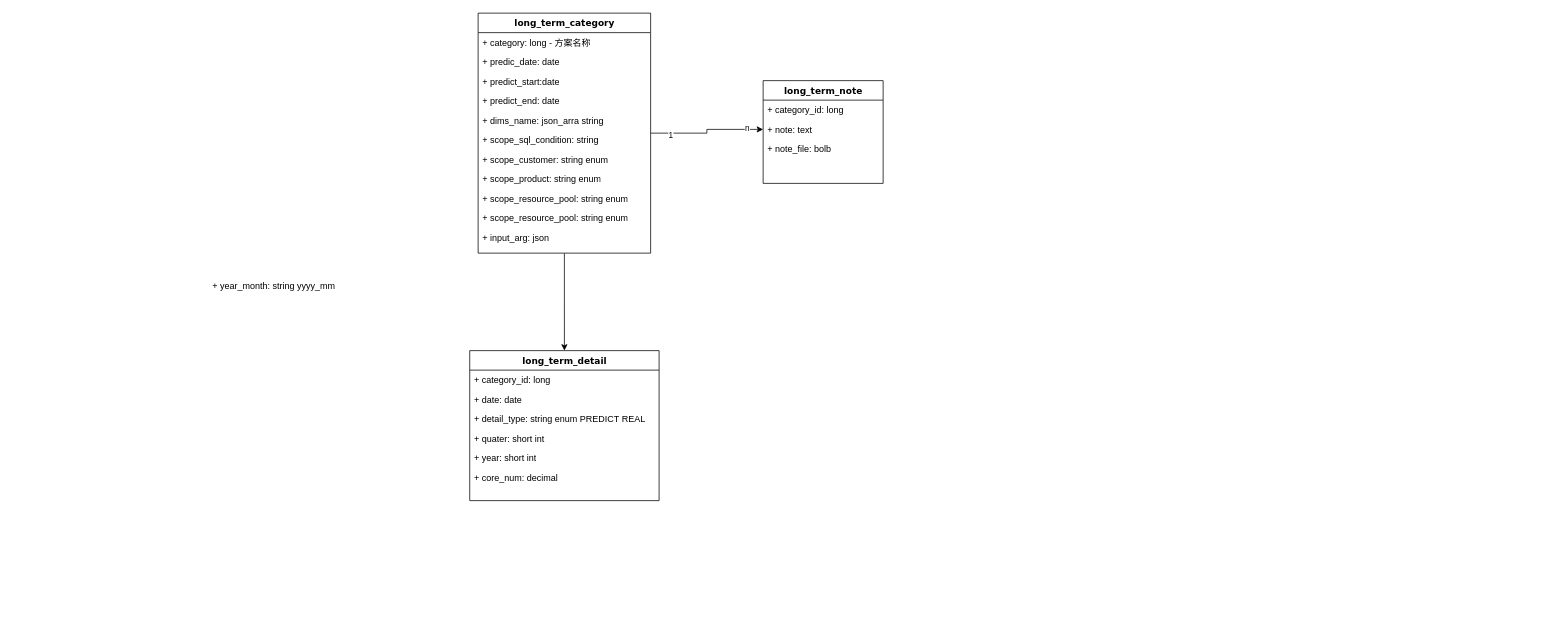
The draw.io diagram 中长期.drawio in Fierygit/drawio, before the edit. Source tidied: cells renumbered, new cells numbered last; positions are measured from the earlier drawing's top-left corner, leaving out a move shared by most shapes. Both pictures are drawn from the tidied source at 75%, with x=0, y=0 at pixel (208, 13).
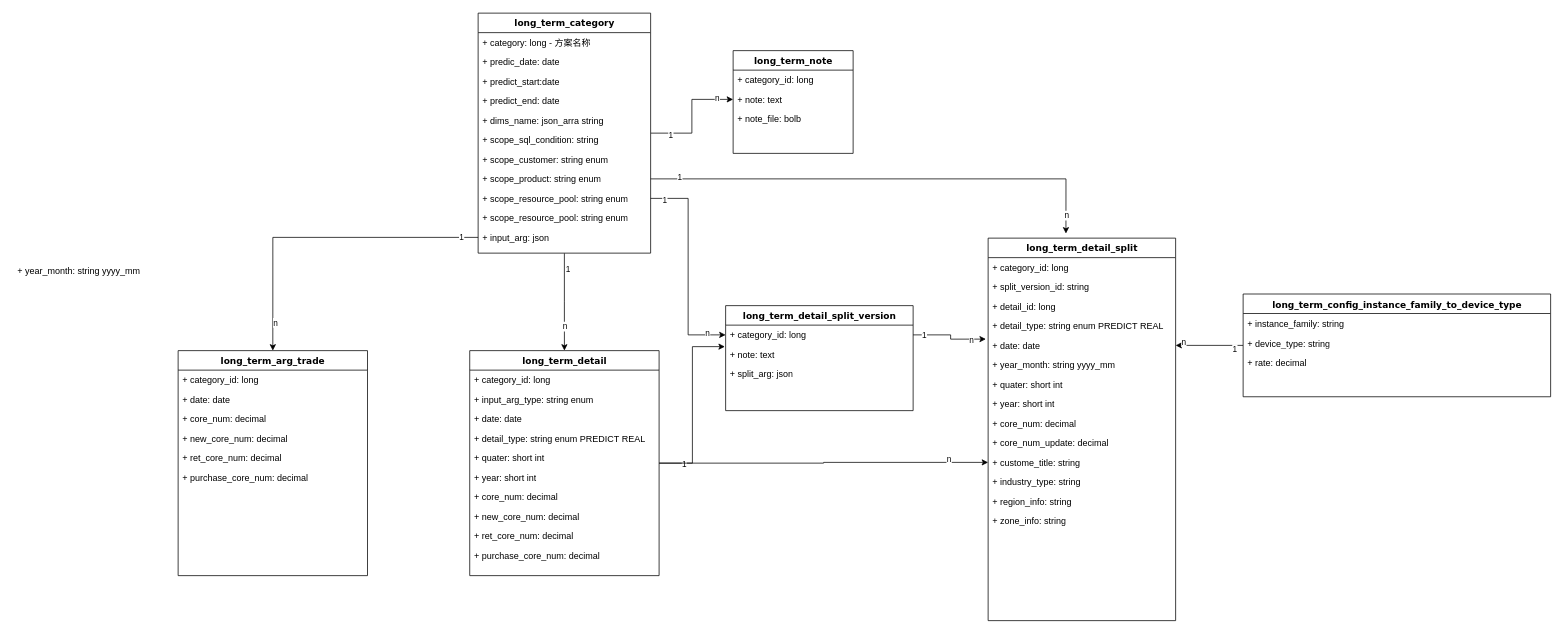
The same diagram, later.

Commit message (it also covers changes not shown here):
更新中长期.drawio

The change refers to these unchanged cells:
```xml
<mxCell id="2" style="edgeStyle=orthogonalEdgeStyle;rounded=0;jettySize=auto;html=1;entryX=0.5;entryY=0;entryDx=0;entryDy=0;" parent="1" edge="1" source="6" target="22">
  <mxGeometry relative="1" as="geometry" />
</mxCell>
<mxCell id="14" value="+ scope_product: string enum" style="text;html=1;strokeColor=none;fillColor=none;align=left;verticalAlign=top;spacingLeft=4;spacingRight=4;whiteSpace=wrap;overflow=hidden;points=[[0,0.5],[1,0.5]];portConstraint=eastwest;" parent="6" vertex="1">
  <mxGeometry y="208" width="230" height="26" as="geometry" />
</mxCell>
<mxCell id="15" value="+ scope_resource_pool: string enum" style="text;html=1;strokeColor=none;fillColor=none;align=left;verticalAlign=top;spacingLeft=4;spacingRight=4;whiteSpace=wrap;overflow=hidden;points=[[0,0.5],[1,0.5]];portConstraint=eastwest;" parent="6" vertex="1">
  <mxGeometry y="234" width="230" height="26" as="geometry" />
</mxCell>
<mxCell id="17" value="+ input_arg: json" style="text;html=1;strokeColor=none;fillColor=none;align=left;verticalAlign=top;spacingLeft=4;spacingRight=4;whiteSpace=wrap;overflow=hidden;points=[[0,0.5],[1,0.5]];portConstraint=eastwest;" parent="6" vertex="1">
  <mxGeometry y="286" width="230" height="26" as="geometry" />
</mxCell>
```

Change to the diagram source:
```diff
@@
+    <mxCell id="30" value="1" style="edgeLabel;html=1;align=center;verticalAlign=middle;" parent="2" vertex="1">
+      <mxGeometry x="-0.68" y="4" relative="1" as="geometry" />
+    </mxCell>
+    <mxCell id="31" value="n" style="edgeLabel;html=1;align=center;verticalAlign=middle;" parent="2" vertex="1">
+      <mxGeometry x="0.5" relative="1" as="geometry" />
+    </mxCell>
@@
     <mxCell id="18" value="long_term_note" style="swimlane;html=1;fontStyle=1;align=center;verticalAlign=top;horizontal=1;startSize=26;swimlaneFillColor=#ffffff;rounded=0;shadow=0;comic=0;labelBackgroundColor=none;strokeWidth=1;fillColor=none;fontFamily=Verdana;fontSize=12;" parent="1" vertex="1">
-      <mxGeometry x="740" y="90" width="160" height="137" as="geometry" />
+      <mxGeometry x="700" y="50" width="160" height="137" as="geometry" />
     </mxCell>
@@
+    <mxCell id="32" style="edgeStyle=orthogonalEdgeStyle;rounded=0;jettySize=auto;html=1;entryX=0;entryY=0.5;entryDx=0;entryDy=0;" parent="1" edge="1" source="22" target="50">
+      <mxGeometry relative="1" as="geometry" />
+    </mxCell>
+    <mxCell id="33" value="1" style="edgeLabel;html=1;align=center;verticalAlign=middle;" parent="32" vertex="1">
+      <mxGeometry x="-0.85" relative="1" as="geometry" />
+    </mxCell>
+    <mxCell id="34" value="n" style="edgeLabel;html=1;align=center;verticalAlign=middle;" parent="32" vertex="1">
+      <mxGeometry x="0.76" y="5" relative="1" as="geometry" />
+    </mxCell>
     <mxCell id="22" value="long_term_detail" style="swimlane;html=1;fontStyle=1;align=center;verticalAlign=top;horizontal=1;startSize=26;swimlaneFillColor=#ffffff;rounded=0;shadow=0;comic=0;labelBackgroundColor=none;strokeWidth=1;fillColor=none;fontFamily=Verdana;fontSize=12;" parent="1" vertex="1">
-      <mxGeometry x="348.8" y="450" width="252.5" height="200" as="geometry" />
+      <mxGeometry x="348.8" y="450" width="252.5" height="300" as="geometry" />
     </mxCell>
@@
+    <mxCell id="35" value="+ input_arg_type: string enum&amp;nbsp;&amp;nbsp;" style="text;html=1;strokeColor=none;fillColor=none;align=left;verticalAlign=top;spacingLeft=4;spacingRight=4;whiteSpace=wrap;overflow=hidden;" parent="22" vertex="1">
+      <mxGeometry y="52" width="252.5" height="26" as="geometry" />
+    </mxCell>
     <mxCell id="24" value="+ date: date" style="text;html=1;strokeColor=none;fillColor=none;align=left;verticalAlign=top;spacingLeft=4;spacingRight=4;whiteSpace=wrap;overflow=hidden;" parent="22" vertex="1">
-      <mxGeometry y="52" width="252.5" height="26" as="geometry" />
+      <mxGeometry y="78" width="252.5" height="26" as="geometry" />
     </mxCell>
     <mxCell id="25" value="+ detail_type: string enum PREDICT REAL" style="text;html=1;strokeColor=none;fillColor=none;align=left;verticalAlign=top;spacingLeft=4;spacingRight=4;whiteSpace=wrap;overflow=hidden;" parent="22" vertex="1">
-      <mxGeometry y="78" width="252.5" height="26" as="geometry" />
+      <mxGeometry y="104" width="252.5" height="26" as="geometry" />
     </mxCell>
     <mxCell id="26" value="+ quater: short int&amp;nbsp;" style="text;html=1;strokeColor=none;fillColor=none;align=left;verticalAlign=top;spacingLeft=4;spacingRight=4;whiteSpace=wrap;overflow=hidden;" parent="22" vertex="1">
-      <mxGeometry y="104" width="252.5" height="26" as="geometry" />
+      <mxGeometry y="130" width="252.5" height="26" as="geometry" />
     </mxCell>
     <mxCell id="27" value="+ year: short int" style="text;html=1;strokeColor=none;fillColor=none;align=left;verticalAlign=top;spacingLeft=4;spacingRight=4;whiteSpace=wrap;overflow=hidden;" parent="22" vertex="1">
-      <mxGeometry y="130" width="252.5" height="26" as="geometry" />
+      <mxGeometry y="156" width="252.5" height="26" as="geometry" />
     </mxCell>
     <mxCell id="28" value="+ core_num: decimal" style="text;html=1;strokeColor=none;fillColor=none;align=left;verticalAlign=top;spacingLeft=4;spacingRight=4;whiteSpace=wrap;overflow=hidden;" parent="22" vertex="1">
-      <mxGeometry y="156" width="252.5" height="26" as="geometry" />
+      <mxGeometry y="182" width="252.5" height="26" as="geometry" />
     </mxCell>
+    <mxCell id="36" value="+ new_core_num: decimal" style="text;html=1;strokeColor=none;fillColor=none;align=left;verticalAlign=top;spacingLeft=4;spacingRight=4;whiteSpace=wrap;overflow=hidden;" parent="22" vertex="1">
+      <mxGeometry y="208" width="252.5" height="26" as="geometry" />
+    </mxCell>
+    <mxCell id="37" value="+ ret_core_num: decimal" style="text;html=1;strokeColor=none;fillColor=none;align=left;verticalAlign=top;spacingLeft=4;spacingRight=4;whiteSpace=wrap;overflow=hidden;" parent="22" vertex="1">
+      <mxGeometry y="234" width="252.5" height="26" as="geometry" />
+    </mxCell>
+    <mxCell id="38" value="+ purchase_core_num: decimal" style="text;html=1;strokeColor=none;fillColor=none;align=left;verticalAlign=top;spacingLeft=4;spacingRight=4;whiteSpace=wrap;overflow=hidden;" parent="22" vertex="1">
+      <mxGeometry y="260" width="252.5" height="26" as="geometry" />
+    </mxCell>
     <mxCell id="29" value="+ year_month: string yyyy_mm" style="text;html=1;strokeColor=none;fillColor=none;align=left;verticalAlign=top;spacingLeft=4;spacingRight=4;whiteSpace=wrap;overflow=hidden;" parent="1" vertex="1">
-      <mxGeometry y="350" width="260" height="26" as="geometry" />
+      <mxGeometry x="-260" y="330" width="260" height="26" as="geometry" />
     </mxCell>
+    <mxCell id="39" value="long_term_detail_split" style="swimlane;html=1;fontStyle=1;align=center;verticalAlign=top;horizontal=1;startSize=26;swimlaneFillColor=#ffffff;rounded=0;shadow=0;comic=0;labelBackgroundColor=none;strokeWidth=1;fillColor=none;fontFamily=Verdana;fontSize=12;" parent="1" vertex="1">
+      <mxGeometry x="1040" y="300" width="250" height="510" as="geometry" />
+    </mxCell>
+    <mxCell id="40" value="+ category_id: long" style="text;html=1;strokeColor=none;fillColor=none;align=left;verticalAlign=top;spacingLeft=4;spacingRight=4;whiteSpace=wrap;overflow=hidden;" parent="39" vertex="1">
+      <mxGeometry y="26" width="250" height="26" as="geometry" />
+    </mxCell>
+    <mxCell id="41" value="+ split_version_id: string" style="text;html=1;strokeColor=none;fillColor=none;align=left;verticalAlign=top;spacingLeft=4;spacingRight=4;whiteSpace=wrap;overflow=hidden;" parent="39" vertex="1">
+      <mxGeometry y="52" width="250" height="26" as="geometry" />
+    </mxCell>
+    <mxCell id="42" value="+ detail_id: long" style="text;html=1;strokeColor=none;fillColor=none;align=left;verticalAlign=top;spacingLeft=4;spacingRight=4;whiteSpace=wrap;overflow=hidden;" parent="39" vertex="1">
+      <mxGeometry y="78" width="250" height="26" as="geometry" />
+    </mxCell>
+    <mxCell id="43" value="+ detail_type: string enum PREDICT REAL" style="text;html=1;strokeColor=none;fillColor=none;align=left;verticalAlign=top;spacingLeft=4;spacingRight=4;whiteSpace=wrap;overflow=hidden;" parent="39" vertex="1">
+      <mxGeometry y="104" width="250" height="26" as="geometry" />
+    </mxCell>
+    <mxCell id="44" value="+ date: date" style="text;html=1;strokeColor=none;fillColor=none;align=left;verticalAlign=top;spacingLeft=4;spacingRight=4;whiteSpace=wrap;overflow=hidden;points=[[0,0.5],[1,0.5]];portConstraint=eastwest;" parent="39" vertex="1">
+      <mxGeometry y="130" width="250" height="26" as="geometry" />
+    </mxCell>
+    <mxCell id="45" value="+ year_month: string yyyy_mm" style="text;html=1;strokeColor=none;fillColor=none;align=left;verticalAlign=top;spacingLeft=4;spacingRight=4;whiteSpace=wrap;overflow=hidden;" parent="39" vertex="1">
+      <mxGeometry y="156" width="250" height="26" as="geometry" />
+    </mxCell>
+    <mxCell id="46" value="+ quater: short int&amp;nbsp;" style="text;html=1;strokeColor=none;fillColor=none;align=left;verticalAlign=top;spacingLeft=4;spacingRight=4;whiteSpace=wrap;overflow=hidden;" parent="39" vertex="1">
+      <mxGeometry y="182" width="250" height="26" as="geometry" />
+    </mxCell>
+    <mxCell id="47" value="+ year: short int" style="text;html=1;strokeColor=none;fillColor=none;align=left;verticalAlign=top;spacingLeft=4;spacingRight=4;whiteSpace=wrap;overflow=hidden;" parent="39" vertex="1">
+      <mxGeometry y="208" width="250" height="26" as="geometry" />
+    </mxCell>
+    <mxCell id="48" value="+ core_num: decimal" style="text;html=1;strokeColor=none;fillColor=none;align=left;verticalAlign=top;spacingLeft=4;spacingRight=4;whiteSpace=wrap;overflow=hidden;" parent="39" vertex="1">
+      <mxGeometry y="234" width="250" height="26" as="geometry" />
+    </mxCell>
+    <mxCell id="49" value="+ core_num_update: decimal" style="text;html=1;strokeColor=none;fillColor=none;align=left;verticalAlign=top;spacingLeft=4;spacingRight=4;whiteSpace=wrap;overflow=hidden;" parent="39" vertex="1">
+      <mxGeometry y="260" width="250" height="26" as="geometry" />
+    </mxCell>
+    <mxCell id="50" value="+ custome_title: string" style="text;html=1;strokeColor=none;fillColor=none;align=left;verticalAlign=top;spacingLeft=4;spacingRight=4;whiteSpace=wrap;overflow=hidden;points=[[0,0.5],[1,0.5]];portConstraint=eastwest;" parent="39" vertex="1">
+      <mxGeometry y="286" width="250" height="26" as="geometry" />
+    </mxCell>
+    <mxCell id="51" value="+ industry_type: string" style="text;html=1;strokeColor=none;fillColor=none;align=left;verticalAlign=top;spacingLeft=4;spacingRight=4;whiteSpace=wrap;overflow=hidden;" parent="39" vertex="1">
+      <mxGeometry y="312" width="250" height="26" as="geometry" />
+    </mxCell>
+    <mxCell id="52" value="+ region_info: string" style="text;html=1;strokeColor=none;fillColor=none;align=left;verticalAlign=top;spacingLeft=4;spacingRight=4;whiteSpace=wrap;overflow=hidden;" parent="39" vertex="1">
+      <mxGeometry y="338" width="250" height="26" as="geometry" />
+    </mxCell>
+    <mxCell id="53" value="+ zone_info: string" style="text;html=1;strokeColor=none;fillColor=none;align=left;verticalAlign=top;spacingLeft=4;spacingRight=4;whiteSpace=wrap;overflow=hidden;" parent="39" vertex="1">
+      <mxGeometry y="364" width="250" height="26" as="geometry" />
+    </mxCell>
+    <mxCell id="54" value="long_term_detail_split_version" style="swimlane;html=1;fontStyle=1;align=center;verticalAlign=top;horizontal=1;startSize=26;swimlaneFillColor=#ffffff;rounded=0;shadow=0;comic=0;labelBackgroundColor=none;strokeWidth=1;fillColor=none;fontFamily=Verdana;fontSize=12;" parent="1" vertex="1">
+      <mxGeometry x="690" y="390" width="250" height="140" as="geometry" />
+    </mxCell>
+    <mxCell id="55" value="+ category_id: long" style="text;html=1;strokeColor=none;fillColor=none;align=left;verticalAlign=top;spacingLeft=4;spacingRight=4;whiteSpace=wrap;overflow=hidden;points=[[0,0.5],[1,0.5]];portConstraint=eastwest;" parent="54" vertex="1">
+      <mxGeometry y="26" width="250" height="26" as="geometry" />
+    </mxCell>
+    <mxCell id="56" value="+ note: text" style="text;html=1;strokeColor=none;fillColor=none;align=left;verticalAlign=top;spacingLeft=4;spacingRight=4;whiteSpace=wrap;overflow=hidden;points=[[0,0.5],[1,0.5]];portConstraint=eastwest;" parent="54" vertex="1">
+      <mxGeometry y="52" width="250" height="26" as="geometry" />
+    </mxCell>
+    <mxCell id="57" value="+ split_arg: json" style="text;html=1;strokeColor=none;fillColor=none;align=left;verticalAlign=top;spacingLeft=4;spacingRight=4;whiteSpace=wrap;overflow=hidden;" parent="54" vertex="1">
+      <mxGeometry y="78" width="250" height="26" as="geometry" />
+    </mxCell>
+    <mxCell id="58" style="edgeStyle=orthogonalEdgeStyle;rounded=0;jettySize=auto;html=1;entryX=-0.004;entryY=0.103;entryDx=0;entryDy=0;entryPerimeter=0;" parent="1" edge="1" source="22" target="56">
+      <mxGeometry relative="1" as="geometry" />
+    </mxCell>
+    <mxCell id="59" style="edgeStyle=orthogonalEdgeStyle;rounded=0;jettySize=auto;html=1;entryX=-0.012;entryY=0.179;entryDx=0;entryDy=0;entryPerimeter=0;" parent="1" edge="1" source="55" target="44">
+      <mxGeometry relative="1" as="geometry" />
+    </mxCell>
+    <mxCell id="60" value="1" style="edgeLabel;html=1;align=center;verticalAlign=middle;" parent="59" vertex="1">
+      <mxGeometry x="-0.73" relative="1" as="geometry" />
+    </mxCell>
+    <mxCell id="61" value="n" style="edgeLabel;html=1;align=center;verticalAlign=middle;" parent="59" vertex="1">
+      <mxGeometry x="0.63" y="-1" relative="1" as="geometry">
+        <mxPoint x="-1" as="offset" />
+      </mxGeometry>
+    </mxCell>
+    <mxCell id="62" style="edgeStyle=orthogonalEdgeStyle;rounded=0;jettySize=auto;html=1;entryX=0;entryY=0.5;entryDx=0;entryDy=0;" parent="1" edge="1" source="15" target="55">
+      <mxGeometry relative="1" as="geometry" />
+    </mxCell>
+    <mxCell id="63" value="1" style="edgeLabel;html=1;align=center;verticalAlign=middle;" parent="62" vertex="1">
+      <mxGeometry x="-0.87" y="-2" relative="1" as="geometry" />
+    </mxCell>
+    <mxCell id="64" value="n" style="edgeLabel;html=1;align=center;verticalAlign=middle;" parent="62" vertex="1">
+      <mxGeometry x="0.82" y="3" relative="1" as="geometry" />
+    </mxCell>
+    <mxCell id="65" style="edgeStyle=orthogonalEdgeStyle;rounded=0;jettySize=auto;html=1;entryX=0.415;entryY=-0.012;entryDx=0;entryDy=0;entryPerimeter=0;" parent="1" edge="1" source="14" target="39">
+      <mxGeometry relative="1" as="geometry" />
+    </mxCell>
+    <mxCell id="66" value="1" style="edgeLabel;html=1;align=center;verticalAlign=middle;" parent="65" vertex="1">
+      <mxGeometry x="-0.88" y="3" relative="1" as="geometry" />
+    </mxCell>
+    <mxCell id="67" value="n" style="edgeLabel;html=1;align=center;verticalAlign=middle;" parent="65" vertex="1">
+      <mxGeometry x="0.92" y="1" relative="1" as="geometry" />
+    </mxCell>
+    <mxCell id="68" style="edgeStyle=orthogonalEdgeStyle;rounded=0;jettySize=auto;html=1;entryX=1;entryY=0.5;entryDx=0;entryDy=0;" parent="1" edge="1" source="71" target="44">
+      <mxGeometry relative="1" as="geometry" />
+    </mxCell>
+    <mxCell id="69" value="1" style="edgeLabel;html=1;align=center;verticalAlign=middle;" parent="68" vertex="1">
+      <mxGeometry x="-0.73" y="4" relative="1" as="geometry" />
+    </mxCell>
+    <mxCell id="70" value="n" style="edgeLabel;html=1;align=center;verticalAlign=middle;" parent="68" vertex="1">
+      <mxGeometry x="0.78" y="-5" relative="1" as="geometry" />
+    </mxCell>
+    <mxCell id="71" value="long_term_config_instance_family_to_device_type" style="swimlane;html=1;fontStyle=1;align=center;verticalAlign=top;horizontal=1;startSize=26;swimlaneFillColor=#ffffff;rounded=0;shadow=0;comic=0;labelBackgroundColor=none;strokeWidth=1;fillColor=none;fontFamily=Verdana;fontSize=12;" parent="1" vertex="1">
+      <mxGeometry x="1380" y="374.5" width="410" height="137" as="geometry" />
+    </mxCell>
+    <mxCell id="72" value="+ instance_family: string" style="text;html=1;strokeColor=none;fillColor=none;align=left;verticalAlign=top;spacingLeft=4;spacingRight=4;whiteSpace=wrap;overflow=hidden;" parent="71" vertex="1">
+      <mxGeometry y="26" width="410" height="26" as="geometry" />
+    </mxCell>
+    <mxCell id="73" value="+ device_type: string" style="text;html=1;strokeColor=none;fillColor=none;align=left;verticalAlign=top;spacingLeft=4;spacingRight=4;whiteSpace=wrap;overflow=hidden;" parent="71" vertex="1">
+      <mxGeometry y="52" width="410" height="26" as="geometry" />
+    </mxCell>
+    <mxCell id="74" value="+ rate: decimal" style="text;html=1;strokeColor=none;fillColor=none;align=left;verticalAlign=top;spacingLeft=4;spacingRight=4;whiteSpace=wrap;overflow=hidden;" parent="71" vertex="1">
+      <mxGeometry y="78" width="410" height="26" as="geometry" />
+    </mxCell>
+    <mxCell id="75" value="long_term_arg_trade" style="swimlane;html=1;fontStyle=1;align=center;verticalAlign=top;horizontal=1;startSize=26;swimlaneFillColor=#ffffff;rounded=0;shadow=0;comic=0;labelBackgroundColor=none;strokeWidth=1;fillColor=none;fontFamily=Verdana;fontSize=12;" parent="1" vertex="1">
+      <mxGeometry x="-40" y="450" width="252.5" height="300" as="geometry" />
+    </mxCell>
+    <mxCell id="76" value="+ category_id: long" style="text;html=1;strokeColor=none;fillColor=none;align=left;verticalAlign=top;spacingLeft=4;spacingRight=4;whiteSpace=wrap;overflow=hidden;" parent="75" vertex="1">
+      <mxGeometry y="26" width="252.5" height="26" as="geometry" />
+    </mxCell>
+    <mxCell id="77" value="+ date: date" style="text;html=1;strokeColor=none;fillColor=none;align=left;verticalAlign=top;spacingLeft=4;spacingRight=4;whiteSpace=wrap;overflow=hidden;" parent="75" vertex="1">
+      <mxGeometry y="52" width="252.5" height="26" as="geometry" />
+    </mxCell>
+    <mxCell id="78" value="+ core_num: decimal" style="text;html=1;strokeColor=none;fillColor=none;align=left;verticalAlign=top;spacingLeft=4;spacingRight=4;whiteSpace=wrap;overflow=hidden;" parent="75" vertex="1">
+      <mxGeometry y="78" width="252.5" height="26" as="geometry" />
+    </mxCell>
+    <mxCell id="79" value="+ new_core_num: decimal" style="text;html=1;strokeColor=none;fillColor=none;align=left;verticalAlign=top;spacingLeft=4;spacingRight=4;whiteSpace=wrap;overflow=hidden;" parent="75" vertex="1">
+      <mxGeometry y="104" width="252.5" height="26" as="geometry" />
+    </mxCell>
+    <mxCell id="80" value="+ ret_core_num: decimal" style="text;html=1;strokeColor=none;fillColor=none;align=left;verticalAlign=top;spacingLeft=4;spacingRight=4;whiteSpace=wrap;overflow=hidden;" parent="75" vertex="1">
+      <mxGeometry y="130" width="252.5" height="26" as="geometry" />
+    </mxCell>
+    <mxCell id="81" value="+ purchase_core_num: decimal" style="text;html=1;strokeColor=none;fillColor=none;align=left;verticalAlign=top;spacingLeft=4;spacingRight=4;whiteSpace=wrap;overflow=hidden;" parent="75" vertex="1">
+      <mxGeometry y="156" width="252.5" height="26" as="geometry" />
+    </mxCell>
+    <mxCell id="82" style="edgeStyle=orthogonalEdgeStyle;rounded=0;jettySize=auto;html=1;entryX=0.5;entryY=0;entryDx=0;entryDy=0;" parent="1" edge="1" source="17" target="75">
+      <mxGeometry relative="1" as="geometry" />
+    </mxCell>
+    <mxCell id="83" value="n" style="edgeLabel;html=1;align=center;verticalAlign=middle;" parent="82" vertex="1">
+      <mxGeometry x="0.82" y="3" relative="1" as="geometry">
+        <mxPoint y="1" as="offset" />
+      </mxGeometry>
+    </mxCell>
+    <mxCell id="84" value="1" style="edgeLabel;html=1;align=center;verticalAlign=middle;" parent="82" vertex="1">
+      <mxGeometry x="-0.89" y="-1" relative="1" as="geometry" />
+    </mxCell>
```
